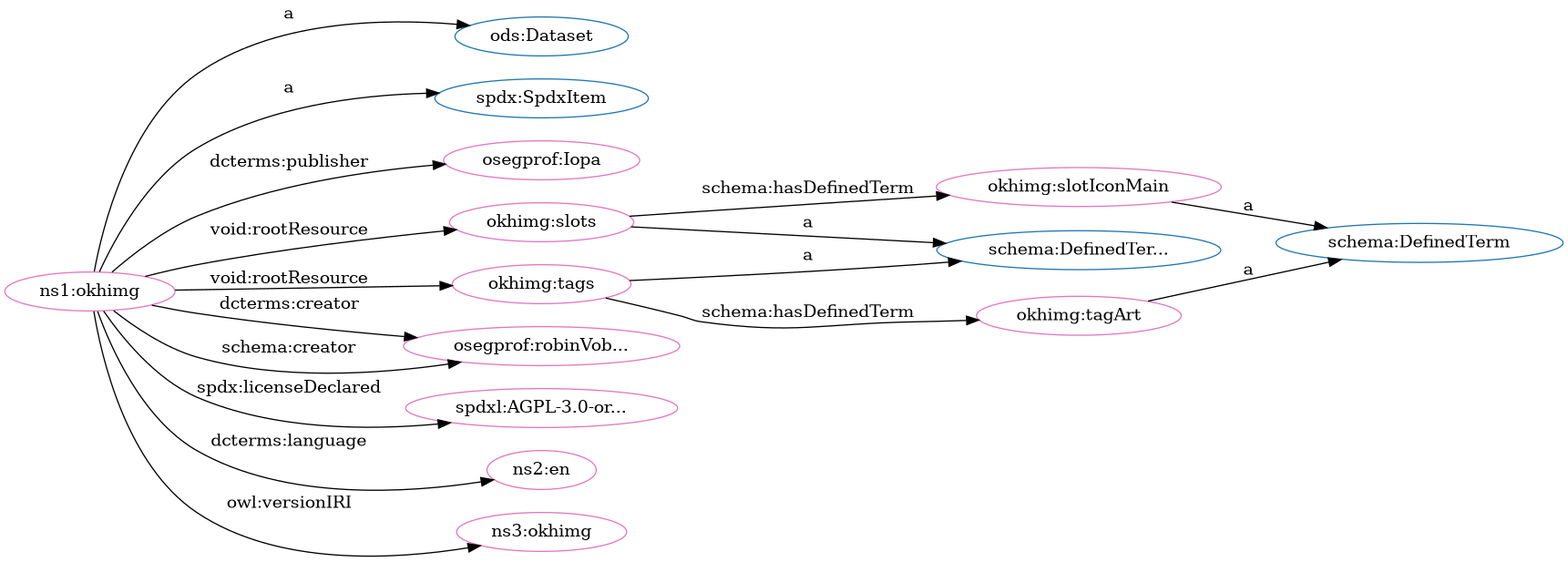
Before: src/spec/dot_okh-img.png, a diagram exported from Graphviz (iop-alliance/OpenKnowHow). Its source is kept beside it as src/spec/dot_okh-img.dot.
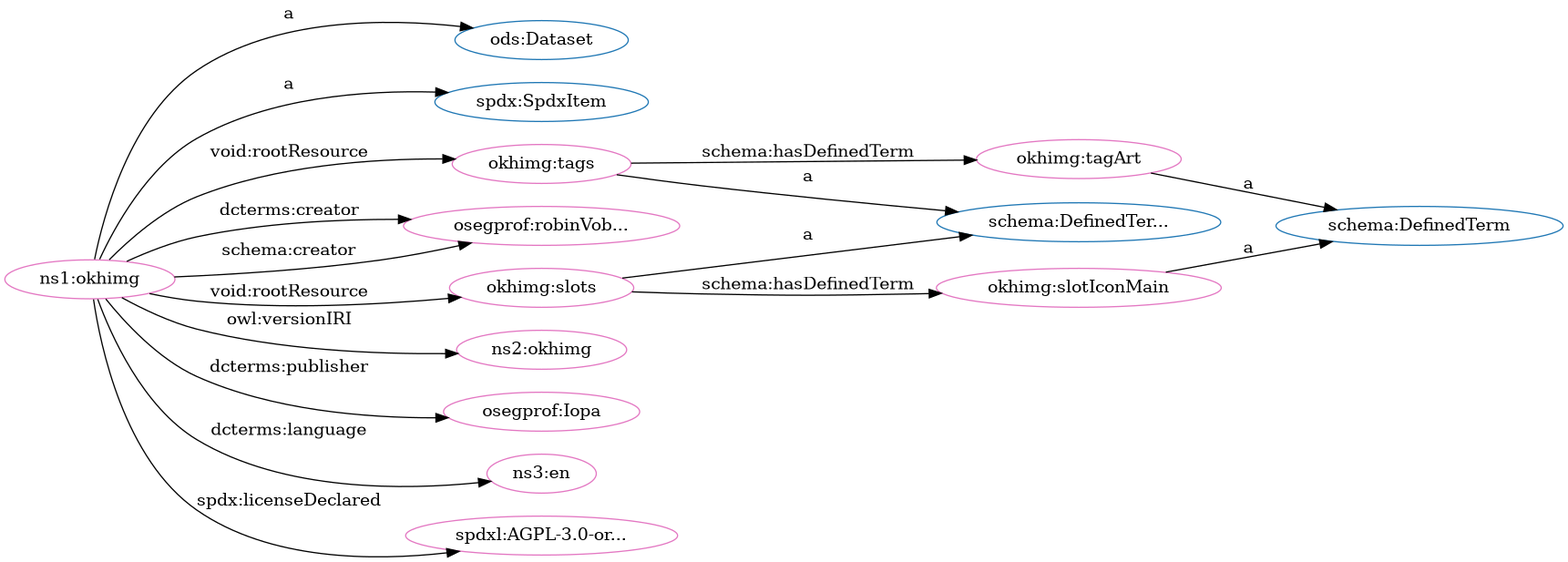
The same diagram one commit later.

The edit, as a diff of the source:
```diff
@@ -1,34 +1,34 @@
 digraph G {
   rankdir=BT
   node[height=.3]
+"http://w3id.org/oseg/ont/ods#Dataset" [fillcolor="#1f77b4" color="#1f77b4" label="ods:Dataset"]
 "http://schema.org/DefinedTerm" [fillcolor="#1f77b4" color="#1f77b4" label="schema:DefinedTerm"]
 "http://schema.org/DefinedTermSet" [fillcolor="#1f77b4" color="#1f77b4" label="schema:DefinedTer..."]
-"http://w3id.org/oseg/ont/ods#Dataset" [fillcolor="#1f77b4" color="#1f77b4" label="ods:Dataset"]
 "http://spdx.org/rdf/terms#SpdxItem" [fillcolor="#1f77b4" color="#1f77b4" label="spdx:SpdxItem"]
+"http://w3id.org/oseg/ont/okhimg#tags" [fillcolor="#e377c2" color="#e377c2" label="okhimg:tags"]
+"http://w3id.org/oseg/ont/oseg-profiles#robinVobruba" [fillcolor="#e377c2" color="#e377c2" label="osegprof:robinVob..."]
+"http://w3id.org/oseg/ont/okhimg#slotIconMain" [fillcolor="#e377c2" color="#e377c2" label="okhimg:slotIconMain"]
+"http://w3id.org/oseg/ont/okhimg#tagArt" [fillcolor="#e377c2" color="#e377c2" label="okhimg:tagArt"]
+"http://w3id.org/oseg/ont/okhimg" [fillcolor="#e377c2" color="#e377c2" label="ns1:okhimg"]
+"http://w3id.org/oseg/ont/okhimg#slots" [fillcolor="#e377c2" color="#e377c2" label="okhimg:slots"]
+"http://w3id.org/oseg/ont/0.1.0/okhimg" [fillcolor="#e377c2" color="#e377c2" label="ns2:okhimg"]
 "http://w3id.org/oseg/ont/oseg-profiles#Iopa" [fillcolor="#e377c2" color="#e377c2" label="osegprof:Iopa"]
-"http://w3id.org/oseg/ont/okhimg#slotIconMain" [fillcolor="#e377c2" color="#e377c2" label="okhimg:slotIconMain"]
-"http://w3id.org/oseg/ont/okhimg#slots" [fillcolor="#e377c2" color="#e377c2" label="okhimg:slots"]
-"http://w3id.org/oseg/ont/okhimg#tags" [fillcolor="#e377c2" color="#e377c2" label="okhimg:tags"]
-"http://w3id.org/oseg/ont/okhimg" [fillcolor="#e377c2" color="#e377c2" label="ns1:okhimg"]
-"http://w3id.org/oseg/ont/oseg-profiles#robinVobruba" [fillcolor="#e377c2" color="#e377c2" label="osegprof:robinVob..."]
-"http://w3id.org/oseg/ont/okhimg#tagArt" [fillcolor="#e377c2" color="#e377c2" label="okhimg:tagArt"]
+"http://id.loc.gov/vocabulary/iso639-1/en" [fillcolor="#e377c2" color="#e377c2" label="ns3:en"]
 "http://spdx.org/licenses/AGPL-3.0-or-later" [fillcolor="#e377c2" color="#e377c2" label="spdxl:AGPL-3.0-or..."]
-"http://id.loc.gov/vocabulary/iso639-1/en" [fillcolor="#e377c2" color="#e377c2" label="ns2:en"]
-"http://w3id.org/oseg/ont/0.1.0/okhimg" [fillcolor="#e377c2" color="#e377c2" label="ns3:okhimg"]
+  "http://w3id.org/oseg/ont/okhimg#tags" -> "http://schema.org/DefinedTermSet" [label="a"]
+  "http://w3id.org/oseg/ont/okhimg" -> "http://w3id.org/oseg/ont/oseg-profiles#robinVobruba" [label="dcterms:creator"]
+  "http://w3id.org/oseg/ont/okhimg#slotIconMain" -> "http://schema.org/DefinedTerm" [label="a"]
+  "http://w3id.org/oseg/ont/okhimg#tags" -> "http://w3id.org/oseg/ont/okhimg#tagArt" [label="schema:hasDefinedTerm"]
+  "http://w3id.org/oseg/ont/okhimg" -> "http://w3id.org/oseg/ont/ods#Dataset" [label="a"]
+  "http://w3id.org/oseg/ont/okhimg" -> "http://w3id.org/oseg/ont/okhimg#slots" [label="void:rootResource"]
+  "http://w3id.org/oseg/ont/okhimg" -> "http://spdx.org/rdf/terms#SpdxItem" [label="a"]
   "http://w3id.org/oseg/ont/okhimg" -> "http://w3id.org/oseg/ont/oseg-profiles#Iopa" [label="dcterms:publisher"]
-  "http://w3id.org/oseg/ont/okhimg" -> "http://w3id.org/oseg/ont/ods#Dataset" [label="a"]
-  "http://w3id.org/oseg/ont/okhimg#slotIconMain" -> "http://schema.org/DefinedTerm" [label="a"]
+  "http://w3id.org/oseg/ont/okhimg#slots" -> "http://w3id.org/oseg/ont/okhimg#slotIconMain" [label="schema:hasDefinedTerm"]
+  "http://w3id.org/oseg/ont/okhimg" -> "http://id.loc.gov/vocabulary/iso639-1/en" [label="dcterms:language"]
+  "http://w3id.org/oseg/ont/okhimg#tagArt" -> "http://schema.org/DefinedTerm" [label="a"]
+  "http://w3id.org/oseg/ont/okhimg" -> "http://w3id.org/oseg/ont/oseg-profiles#robinVobruba" [label="schema:creator"]
   "http://w3id.org/oseg/ont/okhimg#slots" -> "http://schema.org/DefinedTermSet" [label="a"]
-  "http://w3id.org/oseg/ont/okhimg#tags" -> "http://schema.org/DefinedTermSet" [label="a"]
-  "http://w3id.org/oseg/ont/okhimg" -> "http://spdx.org/rdf/terms#SpdxItem" [label="a"]
   "http://w3id.org/oseg/ont/okhimg" -> "http://w3id.org/oseg/ont/okhimg#tags" [label="void:rootResource"]
-  "http://w3id.org/oseg/ont/okhimg" -> "http://w3id.org/oseg/ont/oseg-profiles#robinVobruba" [label="dcterms:creator"]
-  "http://w3id.org/oseg/ont/okhimg" -> "http://w3id.org/oseg/ont/okhimg#slots" [label="void:rootResource"]
-  "http://w3id.org/oseg/ont/okhimg#tags" -> "http://w3id.org/oseg/ont/okhimg#tagArt" [label="schema:hasDefinedTerm"]
+  "http://w3id.org/oseg/ont/okhimg" -> "http://w3id.org/oseg/ont/0.1.0/okhimg" [label="owl:versionIRI"]
   "http://w3id.org/oseg/ont/okhimg" -> "http://spdx.org/licenses/AGPL-3.0-or-later" [label="spdx:licenseDeclared"]
-  "http://w3id.org/oseg/ont/okhimg" -> "http://w3id.org/oseg/ont/oseg-profiles#robinVobruba" [label="schema:creator"]
-  "http://w3id.org/oseg/ont/okhimg#tagArt" -> "http://schema.org/DefinedTerm" [label="a"]
-  "http://w3id.org/oseg/ont/okhimg" -> "http://id.loc.gov/vocabulary/iso639-1/en" [label="dcterms:language"]
-  "http://w3id.org/oseg/ont/okhimg#slots" -> "http://w3id.org/oseg/ont/okhimg#slotIconMain" [label="schema:hasDefinedTerm"]
-  "http://w3id.org/oseg/ont/okhimg" -> "http://w3id.org/oseg/ont/0.1.0/okhimg" [label="owl:versionIRI"]
 }
```
